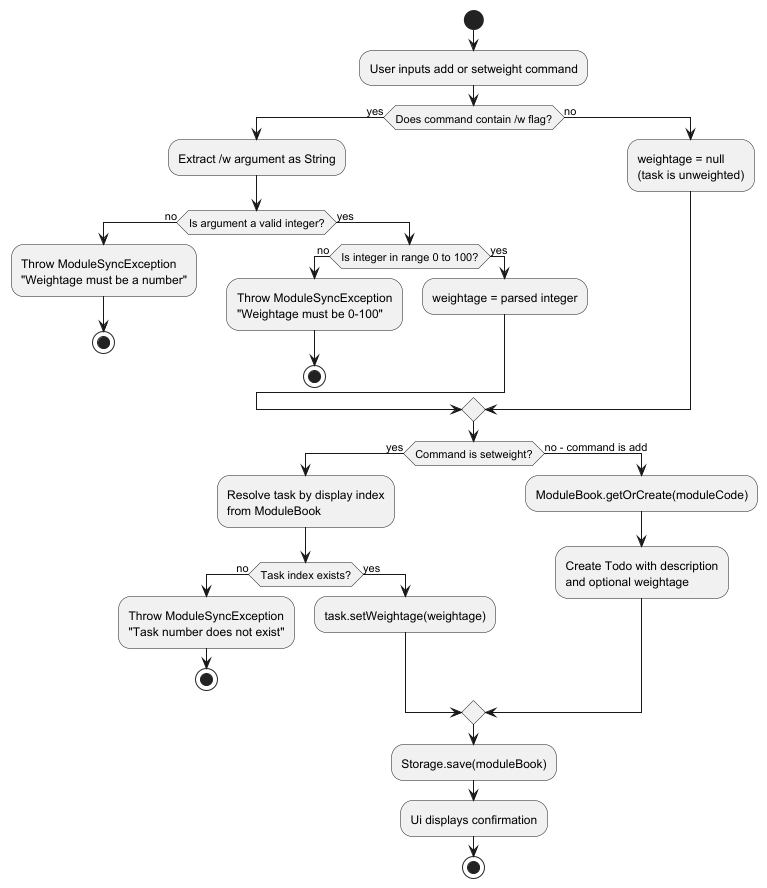
Earlier version of the PlantUML export docs/images/WeightageValidationActivityDiagram.png (heeelol/tp). The source it was exported from:
```plantuml
@startuml WeightageValidationActivityDiagram

start

:User inputs add or setweight command;

if (Does command contain /w flag?) then (yes)
    :Extract /w argument as String;
    if (Is argument a valid integer?) then (no)
        :Throw ModuleSyncException\n"Weightage must be a number";
        stop
    else (yes)
        if (Is integer in range 0 to 100?) then (no)
            :Throw ModuleSyncException\n"Weightage must be 0-100";
            stop
        else (yes)
            :weightage = parsed integer;
        endif
    endif
else (no)
    :weightage = null\n(task is unweighted);
endif

if (Command is setweight?) then (yes)
    :Resolve task by display index\nfrom ModuleBook;
    if (Task index exists?) then (no)
        :Throw ModuleSyncException\n"Task number does not exist";
        stop
    else (yes)
        :task.setWeightage(weightage);
    endif
else (no - command is add)
    :ModuleBook.getOrCreate(moduleCode);
    :Create Todo with description\nand optional weightage;
endif

:Storage.save(moduleBook);
:Ui displays confirmation;

stop

@enduml
```
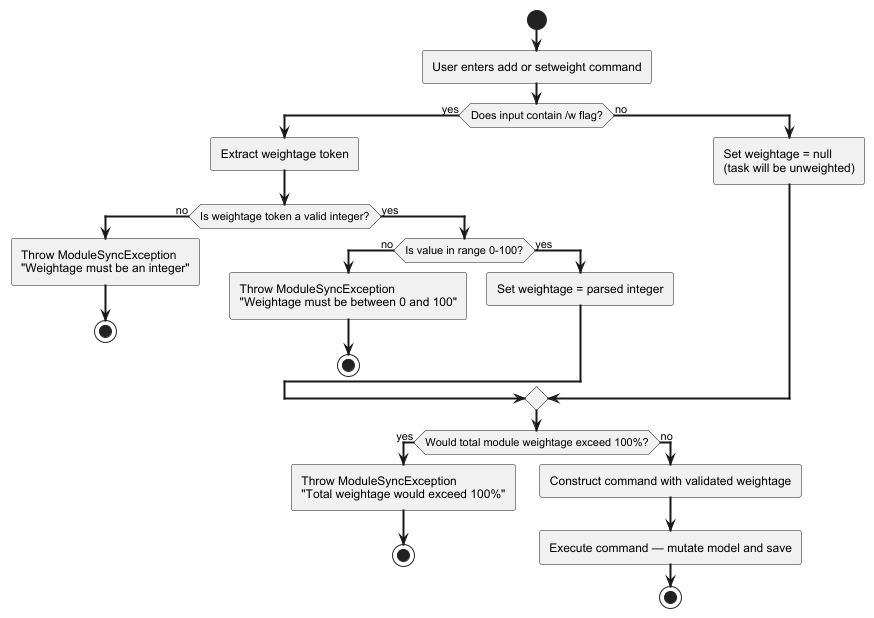
Above is the later version.

Diff of the diagram source:
```diff
@@ -1,42 +1,37 @@
 @startuml WeightageValidationActivityDiagram
+
+skinparam activityArrowThickness 2
+skinparam roundcorner 5
+skinparam defaultFontName Arial
 
 start
 
-:User inputs add or setweight command;
+:User enters add or setweight command;
 
-if (Does command contain /w flag?) then (yes)
-    :Extract /w argument as String;
-    if (Is argument a valid integer?) then (no)
-        :Throw ModuleSyncException\n"Weightage must be a number";
-        stop
+if (Does input contain /w flag?) then (yes)
+  :Extract weightage token;
+  if (Is weightage token a valid integer?) then (no)
+    :Throw ModuleSyncException\n"Weightage must be an integer";
+    stop
+  else (yes)
+    if (Is value in range 0-100?) then (no)
+      :Throw ModuleSyncException\n"Weightage must be between 0 and 100";
+      stop
     else (yes)
-        if (Is integer in range 0 to 100?) then (no)
-            :Throw ModuleSyncException\n"Weightage must be 0-100";
-            stop
-        else (yes)
-            :weightage = parsed integer;
-        endif
+      :Set weightage = parsed integer;
     endif
+  endif
 else (no)
-    :weightage = null\n(task is unweighted);
+  :Set weightage = null\n(task will be unweighted);
 endif
 
-if (Command is setweight?) then (yes)
-    :Resolve task by display index\nfrom ModuleBook;
-    if (Task index exists?) then (no)
-        :Throw ModuleSyncException\n"Task number does not exist";
-        stop
-    else (yes)
-        :task.setWeightage(weightage);
-    endif
-else (no - command is add)
-    :ModuleBook.getOrCreate(moduleCode);
-    :Create Todo with description\nand optional weightage;
+if (Would total module weightage exceed 100%?) then (yes)
+  :Throw ModuleSyncException\n"Total weightage would exceed 100%";
+  stop
+else (no)
+  :Construct command with validated weightage;
+  :Execute command — mutate model and save;
+  stop
 endif
 
-:Storage.save(moduleBook);
-:Ui displays confirmation;
-
-stop
-
 @enduml
```
